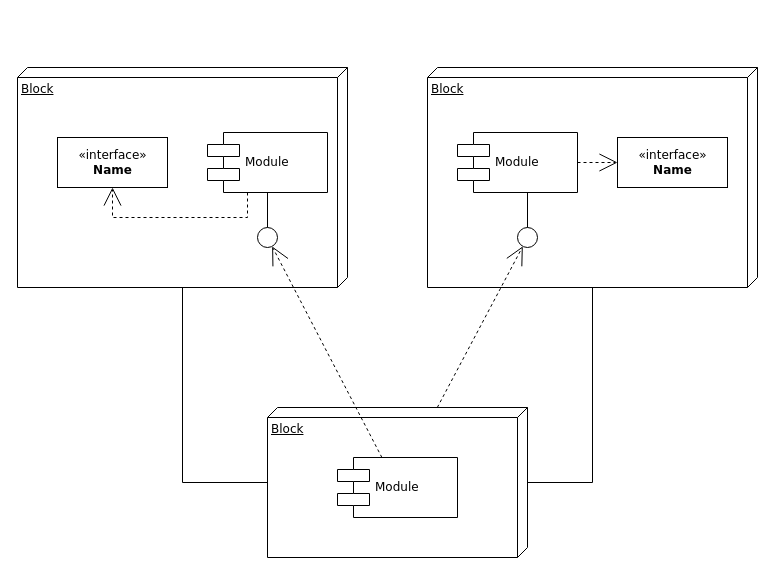
Above: 未命名绘图.drawio in Bernard203/Bernard203.github.io (draw.io), before the change. Source tidied: cells renumbered, new cells numbered last; positions are measured from the earlier drawing's top-left corner, leaving out a move shared by most shapes. Both pictures are drawn from the tidied source at 100%, with x=0, y=0 at pixel (17, 67).
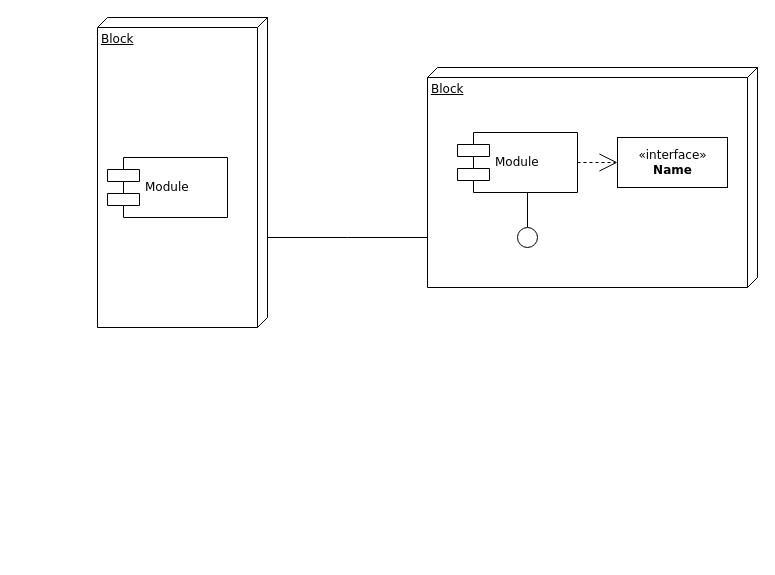
The same diagram, later.

Commit message:
更新未命名绘图.drawio

The change refers to these unchanged cells:
```xml
<mxCell id="3" value="Block" style="verticalAlign=top;align=left;spacingTop=8;spacingLeft=2;spacingRight=12;shape=cube;size=10;direction=south;fontStyle=4;html=1;rounded=0;shadow=0;comic=0;labelBackgroundColor=none;strokeWidth=1;fontFamily=Verdana;fontSize=12;" parent="1" vertex="1">
  <mxGeometry x="410" width="330" height="220" as="geometry" />
</mxCell>
<mxCell id="10" style="ellipse;whiteSpace=wrap;html=1;rounded=0;shadow=0;comic=0;labelBackgroundColor=none;strokeWidth=1;fontFamily=Verdana;fontSize=12;align=center;" parent="1" vertex="1">
  <mxGeometry x="500" y="160" width="20" height="20" as="geometry" />
</mxCell>
```

Diff of the diagram source:
```diff
@@
-    <mxCell id="2" value="Block" style="verticalAlign=top;align=left;spacingTop=8;spacingLeft=2;spacingRight=12;shape=cube;size=10;direction=south;fontStyle=4;html=1;rounded=0;shadow=0;comic=0;labelBackgroundColor=none;strokeWidth=1;fontFamily=Verdana;fontSize=12;" parent="1" vertex="1">
-      <mxGeometry width="330" height="220" as="geometry" />
-    </mxCell>
@@
     <mxCell id="4" value="Block" style="verticalAlign=top;align=left;spacingTop=8;spacingLeft=2;spacingRight=12;shape=cube;size=10;direction=south;fontStyle=4;html=1;rounded=0;shadow=0;comic=0;labelBackgroundColor=none;strokeWidth=1;fontFamily=Verdana;fontSize=12;" parent="1" vertex="1">
-      <mxGeometry x="250" y="340" width="260" height="150" as="geometry" />
+      <mxGeometry x="80" y="-50" width="170" height="310" as="geometry" />
     </mxCell>
-    <mxCell id="5" value="&amp;laquo;interface&amp;raquo;&lt;br&gt;&lt;b&gt;Name&lt;/b&gt;" style="html=1;rounded=0;shadow=0;comic=0;labelBackgroundColor=none;strokeWidth=1;fontFamily=Verdana;fontSize=12;align=center;" parent="1" vertex="1">
-      <mxGeometry x="40" y="70" width="110" height="50" as="geometry" />
-    </mxCell>
-    <mxCell id="6" value="Module" style="shape=component;align=left;spacingLeft=36;rounded=0;shadow=0;comic=0;labelBackgroundColor=none;strokeWidth=1;fontFamily=Verdana;fontSize=12;html=1;" parent="1" vertex="1">
-      <mxGeometry x="190" y="65" width="120" height="60" as="geometry" />
-    </mxCell>
-    <mxCell id="7" style="ellipse;whiteSpace=wrap;html=1;rounded=0;shadow=0;comic=0;labelBackgroundColor=none;strokeWidth=1;fontFamily=Verdana;fontSize=12;align=center;" parent="1" vertex="1">
-      <mxGeometry x="240" y="160" width="20" height="20" as="geometry" />
-    </mxCell>
@@
     <mxCell id="11" value="Module" style="shape=component;align=left;spacingLeft=36;rounded=0;shadow=0;comic=0;labelBackgroundColor=none;strokeWidth=1;fontFamily=Verdana;fontSize=12;html=1;" parent="1" vertex="1">
-      <mxGeometry x="320" y="390" width="120" height="60" as="geometry" />
+      <mxGeometry x="90" y="90" width="120" height="60" as="geometry" />
     </mxCell>
-    <mxCell id="12" style="edgeStyle=none;rounded=0;html=1;dashed=1;labelBackgroundColor=none;startArrow=none;startFill=0;startSize=8;endArrow=open;endFill=0;endSize=16;fontFamily=Verdana;fontSize=12;" parent="1" edge="1" source="11" target="7">
-      <mxGeometry relative="1" as="geometry" />
-    </mxCell>
-    <mxCell id="13" style="edgeStyle=none;rounded=0;html=1;dashed=1;labelBackgroundColor=none;startArrow=none;startFill=0;startSize=8;endArrow=open;endFill=0;endSize=16;fontFamily=Verdana;fontSize=12;" parent="1" edge="1" source="4" target="10">
-      <mxGeometry relative="1" as="geometry" />
-    </mxCell>
@@
-    <mxCell id="15" style="edgeStyle=elbowEdgeStyle;rounded=0;html=1;labelBackgroundColor=none;startArrow=none;startFill=0;startSize=8;endArrow=none;endFill=0;endSize=16;fontFamily=Verdana;fontSize=12;" parent="1" edge="1" source="7" target="6">
-      <mxGeometry relative="1" as="geometry" />
-    </mxCell>
-    <mxCell id="16" style="edgeStyle=orthogonalEdgeStyle;rounded=0;html=1;labelBackgroundColor=none;startArrow=none;startFill=0;startSize=8;endArrow=open;endFill=0;endSize=16;fontFamily=Verdana;fontSize=12;dashed=1;" parent="1" edge="1" source="6" target="5">
-      <mxGeometry relative="1" as="geometry">
-        <Array as="points">
-          <mxPoint x="230" y="150" />
-          <mxPoint x="95" y="150" />
-        </Array>
-      </mxGeometry>
-    </mxCell>
@@
     <mxCell id="18" style="edgeStyle=orthogonalEdgeStyle;rounded=0;html=1;labelBackgroundColor=none;startArrow=none;startFill=0;startSize=8;endArrow=none;endFill=0;endSize=16;fontFamily=Verdana;fontSize=12;" parent="1" edge="1" source="4" target="3">
       <mxGeometry relative="1" as="geometry">
         <Array as="points">
-          <mxPoint x="575" y="415" />
+          <mxPoint x="330" y="170" />
+          <mxPoint x="330" y="170" />
         </Array>
       </mxGeometry>
     </mxCell>
-    <mxCell id="19" style="edgeStyle=orthogonalEdgeStyle;rounded=0;html=1;labelBackgroundColor=none;startArrow=none;startFill=0;startSize=8;endArrow=none;endFill=0;endSize=16;fontFamily=Verdana;fontSize=12;" parent="1" edge="1" source="4" target="2">
-      <mxGeometry relative="1" as="geometry">
-        <Array as="points">
-          <mxPoint x="165" y="415" />
-        </Array>
-      </mxGeometry>
-    </mxCell>
```
